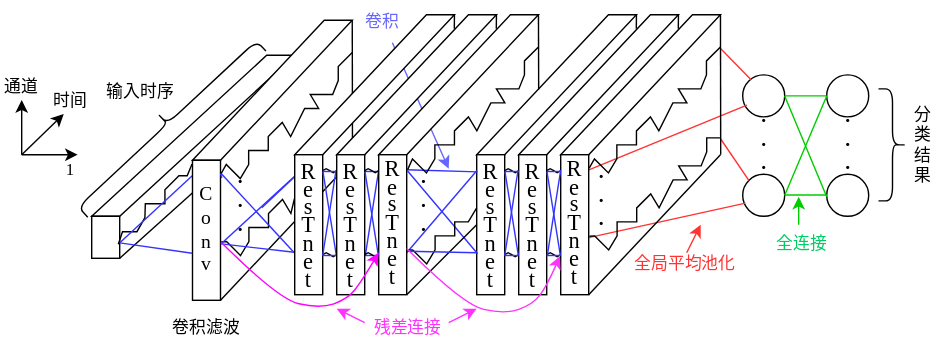
Above: littlepaper/图4 网络模型结构图.svg in wangxinzhi0/draw.io (draw.io), before the change. Source tidied: cells renumbered, new cells last; positions are measured from the earlier drawing's top-left corner, leaving out a move shared by most shapes.
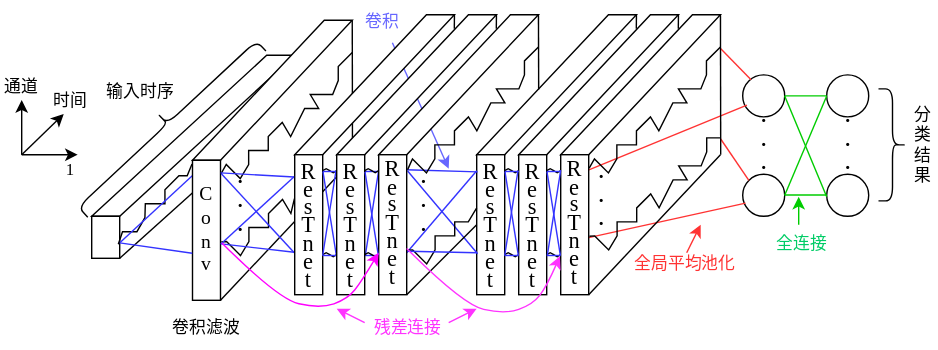
The same file after the commit.

Commit message:
Update 图4 网络模型结构图.svg

Change to the diagram source:
```diff
@@ -212,9 +212,6 @@
     <mxCell id="42" value="C&lt;br&gt;o&lt;br&gt;n&lt;br&gt;v" style="text;html=1;strokeColor=none;fillColor=none;align=center;verticalAlign=middle;whiteSpace=wrap;rounded=0;labelBorderColor=none;fontFamily=Times New Roman;fontSize=14;fontColor=#000000;" parent="1" vertex="1">
       <mxGeometry x="137" y="131.5" width="20" height="65" as="geometry" />
     </mxCell>
-    <mxCell id="43" style="endArrow=none;html=1;rounded=0;fontFamily=Times New Roman;fontSize=16;strokeWidth=0.5;jumpSize=2;fontColor=#0000FF;strokeColor=#3333FF;exitX=1.017;exitY=0.577;exitDx=0;exitDy=0;exitPerimeter=0;entryX=0.034;entryY=0.151;entryDx=0;entryDy=0;entryPerimeter=0;startArrow=none;" parent="1" edge="1" source="80" target="83">
-      <mxGeometry relative="1" as="geometry" />
-    </mxCell>
     <mxCell id="44" style="endArrow=none;html=1;rounded=0;fontFamily=Times New Roman;fontSize=16;strokeWidth=0.5;jumpSize=2;fontColor=#0000FF;strokeColor=#3333FF;exitX=1.033;exitY=0.649;exitDx=0;exitDy=0;exitPerimeter=0;entryX=-0.017;entryY=0.697;entryDx=0;entryDy=0;entryPerimeter=0;" parent="1" edge="1" source="42" target="83">
       <mxGeometry relative="1" as="geometry" />
     </mxCell>
@@ -418,11 +415,6 @@
     <mxCell id="80" value=".&lt;br style=&quot;font-size: 14px;&quot;&gt;.&lt;br style=&quot;font-size: 14px;&quot;&gt;." style="text;html=1;strokeColor=none;fillColor=none;align=center;verticalAlign=middle;whiteSpace=wrap;rounded=0;labelBorderColor=none;fontFamily=Times New Roman;fontSize=14;fontColor=#000000;fontStyle=1;spacing=1;" parent="1" vertex="1">
       <mxGeometry x="157" y="119" width="29" height="50" as="geometry" />
     </mxCell>
-    <mxCell id="81" style="endArrow=none;html=1;rounded=0;fontFamily=Times New Roman;fontSize=16;strokeWidth=0.5;jumpSize=2;fontColor=#0000FF;strokeColor=#3333FF;exitX=1.017;exitY=0.577;exitDx=0;exitDy=0;exitPerimeter=0;entryX=0.034;entryY=0.151;entryDx=0;entryDy=0;entryPerimeter=0;" parent="1" edge="1" target="80">
-      <mxGeometry relative="1" as="geometry">
-        <mxPoint x="157" y="123.4" as="sourcePoint" />
-      </mxGeometry>
-    </mxCell>
     <mxCell id="82" style="shape=parallelogram;perimeter=parallelogramPerimeter;whiteSpace=wrap;html=1;fixedSize=1;rotation=0;size=94.11000000000001;" parent="1" vertex="1">
       <mxGeometry x="210" y="10" width="114.1" height="100" as="geometry" />
     </mxCell>
@@ -611,5 +603,10 @@
         </Array>
       </mxGeometry>
     </mxCell>
+    <mxCell id="113" style="endArrow=none;html=1;rounded=0;fontFamily=Times New Roman;fontSize=16;strokeWidth=0.5;jumpSize=2;fontColor=#0000FF;strokeColor=#3333FF;exitX=1.033;exitY=0.649;exitDx=0;exitDy=0;exitPerimeter=0;entryX=-0.019;entryY=0.159;entryDx=0;entryDy=0;entryPerimeter=0;" parent="1" edge="1" target="83">
+      <mxGeometry relative="1" as="geometry">
+        <mxPoint x="157" y="123" as="sourcePoint" />
+      </mxGeometry>
+    </mxCell>
   </root>
 </mxGraphModel>
```
